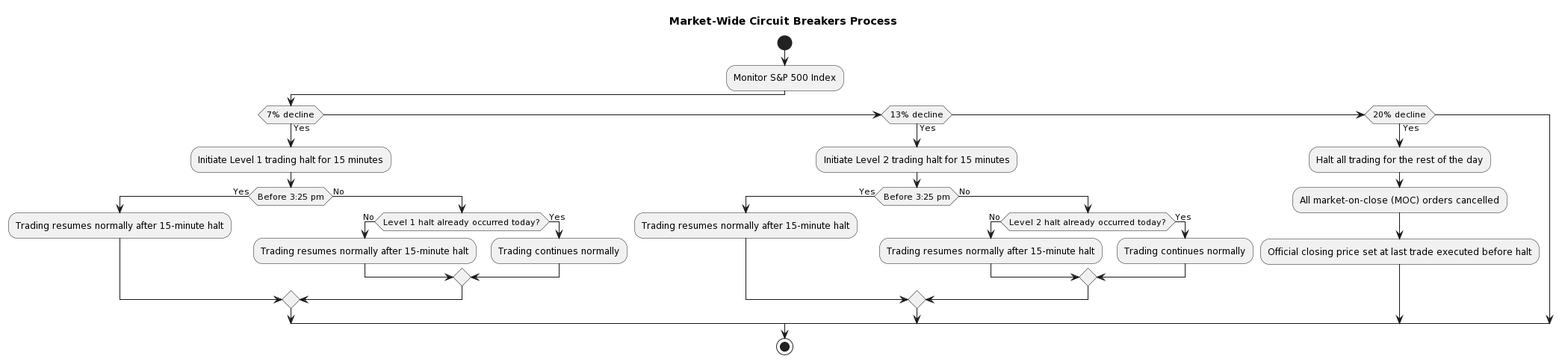
ppatoria/SIE keeps this PlantUML diagram as 57/CircuitBreaker.png. Above is the earlier version.
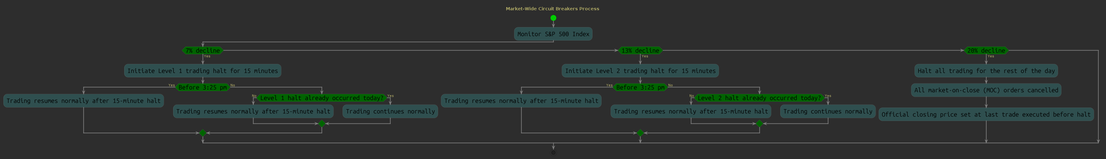
Later version of the same file.

Change to the diagram source:
```diff
@@ -1,4 +1,5 @@
 @startuml
+!include theme_activity_diagram.puml
 title Market-Wide Circuit Breakers Process
 
 start
```
